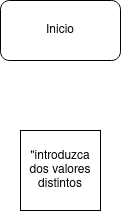
Above: Unidad_1/images/diagrama-fluho.drawio.png in Joseman2000LR/Programacion (draw.io), before the change. Source tidied: cells renumbered, new cells last; positions are measured from the earlier drawing's top-left corner, leaving out a move shared by most shapes. Its diagram source:
```xml
<mxGraphModel>
  <root>
    <mxCell id="0" />
    <mxCell id="1" parent="0" />
    <mxCell id="2" value="Inicio" style="rounded=1;whiteSpace=wrap;html=1;" parent="1" vertex="1">
      <mxGeometry width="120" height="60" as="geometry" />
    </mxCell>
    <mxCell id="3" value="&quot;introduzca dos valores distintos " style="whiteSpace=wrap;html=1;" parent="1" vertex="1">
      <mxGeometry x="20" y="130" width="80" height="80" as="geometry" />
    </mxCell>
  </root>
</mxGraphModel>
```
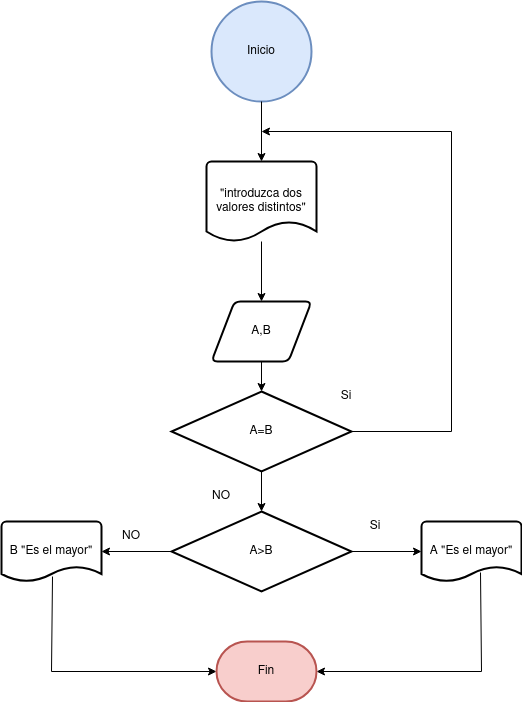
After the commit.

What changed in the source:
```diff
@@ -2,11 +2,84 @@
   <root>
     <mxCell id="0" />
     <mxCell id="1" parent="0" />
-    <mxCell id="2" value="Inicio" style="rounded=1;whiteSpace=wrap;html=1;" parent="1" vertex="1">
-      <mxGeometry width="120" height="60" as="geometry" />
+    <mxCell id="2" value="Inicio" style="strokeWidth=2;html=1;shape=mxgraph.flowchart.start_2;whiteSpace=wrap;fillColor=#dae8fc;strokeColor=#6c8ebf;" parent="1" vertex="1">
+      <mxGeometry width="100" height="100" as="geometry" />
     </mxCell>
-    <mxCell id="3" value="&quot;introduzca dos valores distintos " style="whiteSpace=wrap;html=1;" parent="1" vertex="1">
-      <mxGeometry x="20" y="130" width="80" height="80" as="geometry" />
-    </mxCell>
+    <mxCell id="4" value="&quot;introduzca dos valores distintos&quot;" style="strokeWidth=2;html=1;shape=mxgraph.flowchart.document2;whiteSpace=wrap;size=0.25;" parent="1" vertex="1">
+      <mxGeometry x="-5" y="160" width="110" height="80" as="geometry" />
+    </mxCell>
+    <mxCell id="5" value="A,B" style="shape=parallelogram;html=1;strokeWidth=2;perimeter=parallelogramPerimeter;whiteSpace=wrap;rounded=1;arcSize=12;size=0.23;direction=west;" parent="1" vertex="1">
+      <mxGeometry y="300" width="100" height="60" as="geometry" />
+    </mxCell>
+    <mxCell id="6" value="A=B" style="strokeWidth=2;html=1;shape=mxgraph.flowchart.decision;whiteSpace=wrap;" parent="1" vertex="1">
+      <mxGeometry x="-40" y="390" width="180" height="80" as="geometry" />
+    </mxCell>
+    <mxCell id="7" value="A&amp;gt;B" style="strokeWidth=2;html=1;shape=mxgraph.flowchart.decision;whiteSpace=wrap;" parent="1" vertex="1">
+      <mxGeometry x="-40" y="510" width="180" height="80" as="geometry" />
+    </mxCell>
+    <mxCell id="8" style="endArrow=classic;html=1;rounded=0;entryX=0.5;entryY=0;entryDx=0;entryDy=0;entryPerimeter=0;exitX=0.5;exitY=1;exitDx=0;exitDy=0;exitPerimeter=0;" parent="1" edge="1" source="2" target="4">
+      <mxGeometry relative="1" as="geometry" />
+    </mxCell>
+    <mxCell id="9" style="endArrow=classic;html=1;rounded=0;entryX=0.5;entryY=1;entryDx=0;entryDy=0;" parent="1" edge="1" target="5">
+      <mxGeometry relative="1" as="geometry">
+        <mxPoint x="50" y="240" as="sourcePoint" />
+      </mxGeometry>
+    </mxCell>
+    <mxCell id="10" style="endArrow=classic;html=1;rounded=0;entryX=0.5;entryY=0;entryDx=0;entryDy=0;entryPerimeter=0;exitX=0.5;exitY=1;exitDx=0;exitDy=0;exitPerimeter=0;" parent="1" edge="1" source="6" target="7">
+      <mxGeometry relative="1" as="geometry" />
+    </mxCell>
+    <mxCell id="11" style="endArrow=classic;html=1;rounded=0;exitX=0.5;exitY=0;exitDx=0;exitDy=0;entryX=0.5;entryY=0;entryDx=0;entryDy=0;entryPerimeter=0;" parent="1" edge="1" source="5" target="6">
+      <mxGeometry relative="1" as="geometry" />
+    </mxCell>
+    <mxCell id="12" value="B &quot;Es el mayor&quot;" style="strokeWidth=2;html=1;shape=mxgraph.flowchart.document2;whiteSpace=wrap;size=0.25;" parent="1" vertex="1">
+      <mxGeometry x="-210" y="520" width="100" height="60" as="geometry" />
+    </mxCell>
+    <mxCell id="13" value="A &quot;Es el mayor&quot;" style="strokeWidth=2;html=1;shape=mxgraph.flowchart.document2;whiteSpace=wrap;size=0.25;" parent="1" vertex="1">
+      <mxGeometry x="210" y="520" width="100" height="60" as="geometry" />
+    </mxCell>
+    <mxCell id="14" style="endArrow=classic;html=1;rounded=0;exitX=0;exitY=0.5;exitDx=0;exitDy=0;exitPerimeter=0;entryX=1;entryY=0.5;entryDx=0;entryDy=0;entryPerimeter=0;" parent="1" edge="1" source="7" target="12">
+      <mxGeometry relative="1" as="geometry" />
+    </mxCell>
+    <mxCell id="15" style="endArrow=classic;html=1;rounded=0;entryX=0;entryY=0.5;entryDx=0;entryDy=0;entryPerimeter=0;exitX=1;exitY=0.5;exitDx=0;exitDy=0;exitPerimeter=0;" parent="1" edge="1" source="7" target="13">
+      <mxGeometry relative="1" as="geometry" />
+    </mxCell>
+    <mxCell id="16" style="endArrow=classic;html=1;rounded=0;entryX=0;entryY=0.5;entryDx=0;entryDy=0;exitX=0.51;exitY=0.917;exitDx=0;exitDy=0;exitPerimeter=0;entryPerimeter=0;" parent="1" edge="1" source="12" target="23">
+      <mxGeometry relative="1" as="geometry">
+        <Array as="points">
+          <mxPoint x="-160" y="670" />
+        </Array>
+      </mxGeometry>
+    </mxCell>
+    <mxCell id="17" style="endArrow=classic;html=1;rounded=0;entryX=1;entryY=0.5;entryDx=0;entryDy=0;exitX=0.59;exitY=0.85;exitDx=0;exitDy=0;exitPerimeter=0;entryPerimeter=0;" parent="1" edge="1" source="13" target="23">
+      <mxGeometry relative="1" as="geometry">
+        <Array as="points">
+          <mxPoint x="270" y="670" />
+        </Array>
+      </mxGeometry>
+    </mxCell>
+    <mxCell id="18" value="NO" style="text;html=1;strokeColor=none;fillColor=none;align=center;verticalAlign=middle;whiteSpace=wrap;rounded=0;" parent="1" vertex="1">
+      <mxGeometry x="-20" y="480" width="60" height="30" as="geometry" />
+    </mxCell>
+    <mxCell id="19" value="NO" style="text;html=1;strokeColor=none;fillColor=none;align=center;verticalAlign=middle;whiteSpace=wrap;rounded=0;" parent="1" vertex="1">
+      <mxGeometry x="-110" y="520" width="60" height="30" as="geometry" />
+    </mxCell>
+    <mxCell id="20" value="Si" style="text;html=1;strokeColor=none;fillColor=none;align=center;verticalAlign=middle;whiteSpace=wrap;rounded=0;" parent="1" vertex="1">
+      <mxGeometry x="134" y="510" width="60" height="30" as="geometry" />
+    </mxCell>
+    <mxCell id="21" value="Si" style="text;html=1;strokeColor=none;fillColor=none;align=center;verticalAlign=middle;whiteSpace=wrap;rounded=0;" parent="1" vertex="1">
+      <mxGeometry x="105" y="380" width="60" height="30" as="geometry" />
+    </mxCell>
+    <mxCell id="22" style="endArrow=classic;html=1;rounded=0;exitX=1;exitY=0.5;exitDx=0;exitDy=0;exitPerimeter=0;" parent="1" edge="1" source="6">
+      <mxGeometry relative="1" as="geometry">
+        <mxPoint x="50" y="130" as="targetPoint" />
+        <Array as="points">
+          <mxPoint x="240" y="430" />
+          <mxPoint x="240" y="130" />
+        </Array>
+      </mxGeometry>
+    </mxCell>
+    <mxCell id="23" value="Fin" style="strokeWidth=2;html=1;shape=mxgraph.flowchart.terminator;whiteSpace=wrap;fillColor=#f8cecc;strokeColor=#b85450;" parent="1" vertex="1">
+      <mxGeometry x="5" y="640" width="100" height="60" as="geometry" />
+    </mxCell>
   </root>
 </mxGraphModel>
```
